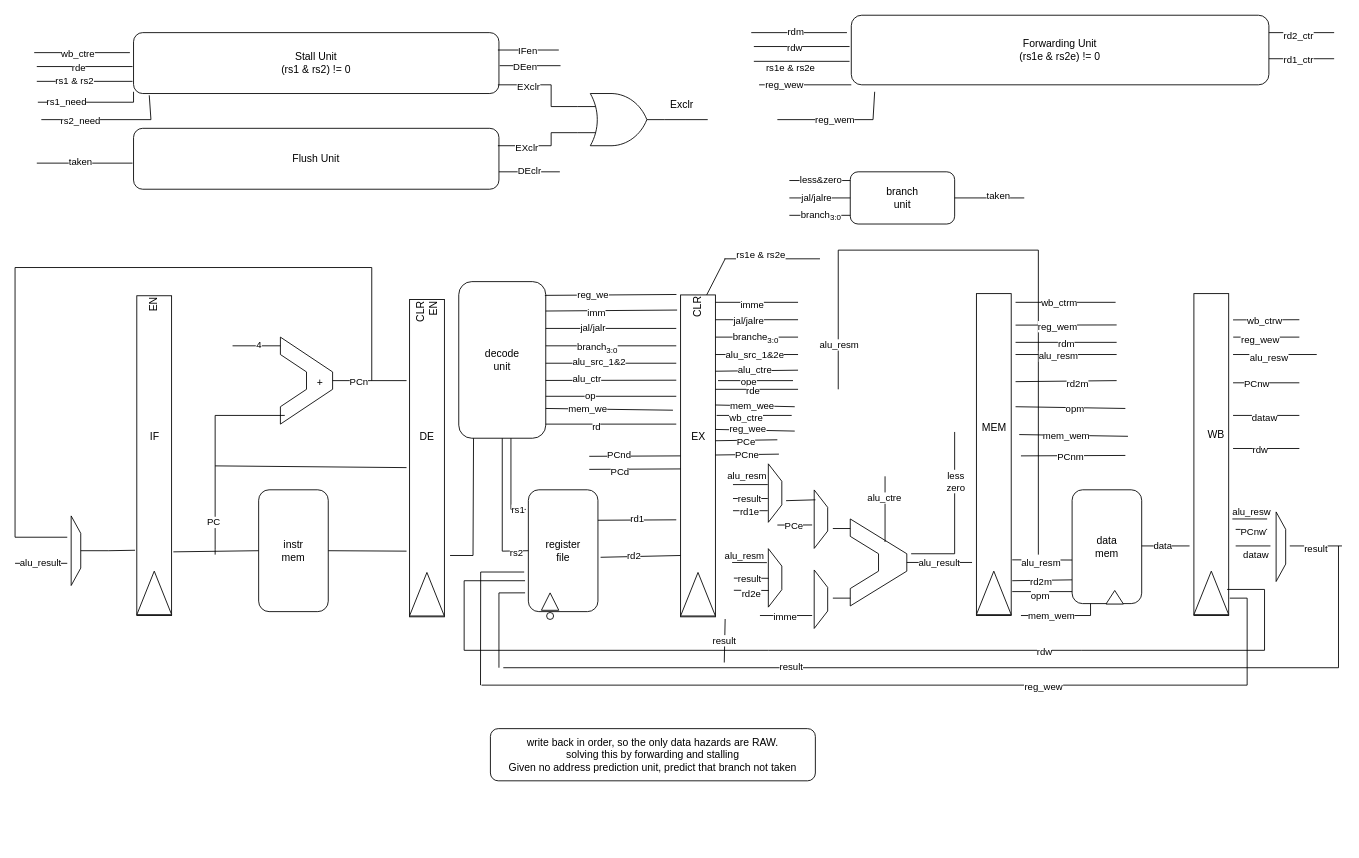
kanosukii/rvcore_5stages keeps this draw.io diagram as Schematic.drawio. Above is the earlier version. Source tidied: cells renumbered, new cells numbered last; positions are measured from the earlier drawing's top-left corner, leaving out a move shared by most shapes. Both pictures are drawn from the tidied source at 87%, with x=0, y=0 at pixel (-6, 15).
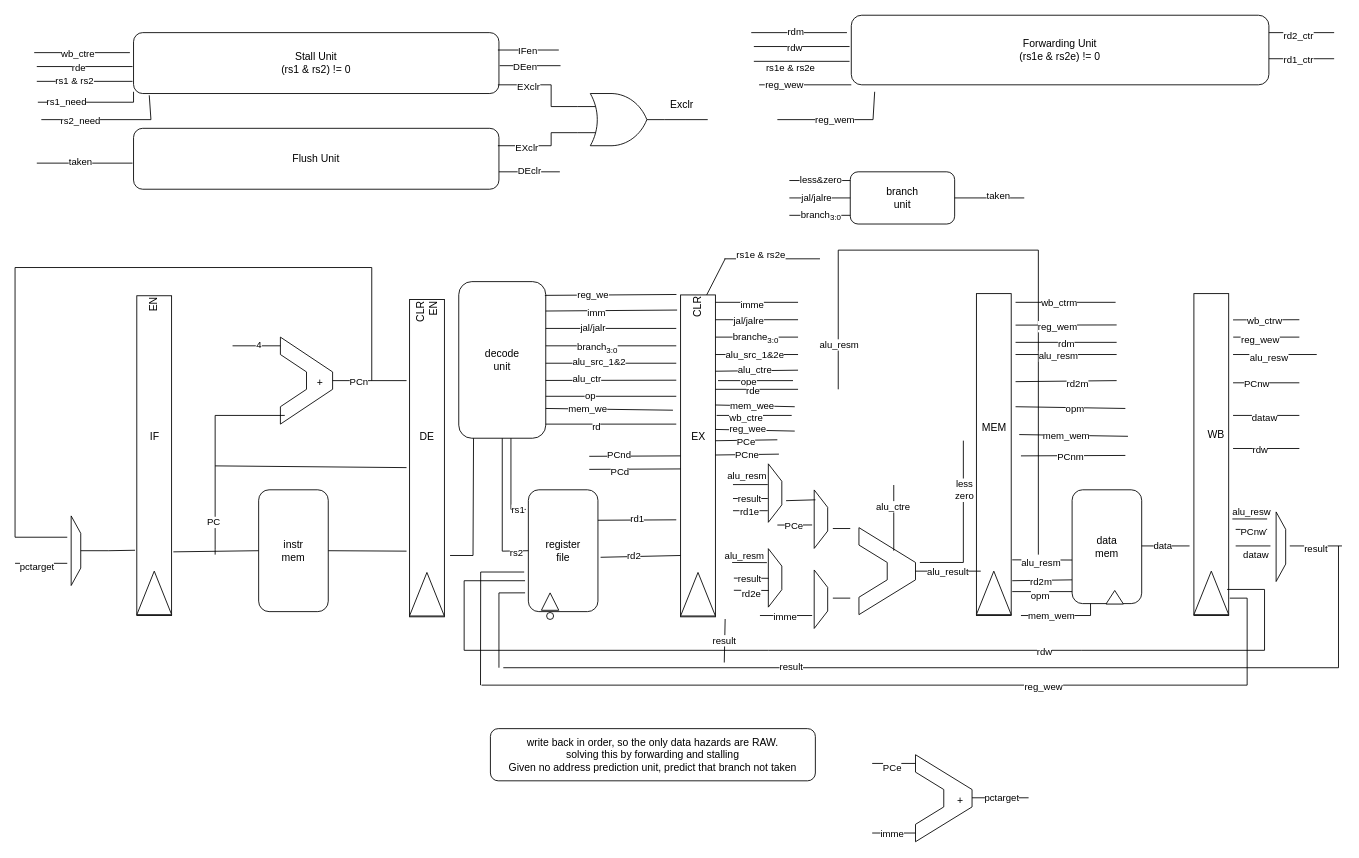
After the change.

The change refers to these unchanged cells:
```xml
<mxCell id="48" style="endArrow=none;html=1;rounded=0;" parent="1" edge="1">
  <mxGeometry relative="1" as="geometry">
    <mxPoint x="23.8" y="630" as="sourcePoint" />
    <mxPoint x="83.8" y="630" as="targetPoint" />
  </mxGeometry>
</mxCell>
```

Diff of the diagram source:
```diff
@@
     <mxCell id="30" style="group;" parent="1" vertex="1">
-      <mxGeometry x="983.8" y="579" width="65" height="100" as="geometry" />
+      <mxGeometry x="1058.8" y="850" width="65" height="100" as="geometry" />
     </mxCell>
@@
-    <mxCell id="35" style="endArrow=none;html=1;rounded=0;" parent="30" edge="1">
-      <mxGeometry relative="1" as="geometry">
-        <mxPoint x="65" y="50" as="sourcePoint" />
-        <mxPoint x="140" y="50" as="targetPoint" />
-      </mxGeometry>
-    </mxCell>
-    <mxCell id="36" value="alu_result" style="edgeLabel;html=1;align=center;verticalAlign=middle;" parent="35" vertex="1">
-      <mxGeometry x="-0.44" relative="1" as="geometry">
-        <mxPoint x="16" as="offset" />
-      </mxGeometry>
-    </mxCell>
-    <mxCell id="37" style="endArrow=none;html=1;rounded=0;" parent="30" edge="1">
-      <mxGeometry relative="1" as="geometry">
-        <mxPoint x="70" y="40" as="sourcePoint" />
-        <mxPoint x="120" y="-100" as="targetPoint" />
-        <Array as="points">
-          <mxPoint x="120" y="40" />
-        </Array>
-      </mxGeometry>
-    </mxCell>
-    <mxCell id="38" value="less&lt;div&gt;zero&lt;/div&gt;" style="edgeLabel;html=1;align=center;verticalAlign=middle;" parent="37" vertex="1">
-      <mxGeometry x="0.41" y="-1" relative="1" as="geometry" />
-    </mxCell>
-    <mxCell id="39" style="endArrow=none;html=1;rounded=0;" parent="30" edge="1">
-      <mxGeometry relative="1" as="geometry">
-        <mxPoint x="40" y="26.5" as="sourcePoint" />
-        <mxPoint x="40" y="-49" as="targetPoint" />
-      </mxGeometry>
-    </mxCell>
-    <mxCell id="40" value="alu_ctre" style="edgeLabel;html=1;align=center;verticalAlign=middle;" parent="39" vertex="1">
-      <mxGeometry x="0.34" y="1" relative="1" as="geometry" />
-    </mxCell>
@@
-    <mxCell id="49" value="alu_result" style="edgeLabel;html=1;align=center;verticalAlign=middle;" parent="48" vertex="1">
-      <mxGeometry x="-0.03" y="1" relative="1" as="geometry" />
-    </mxCell>
+    <mxCell id="249" value="pctarget" style="edgeLabel;html=1;align=center;verticalAlign=middle;" parent="48" vertex="1">
+      <mxGeometry x="-0.16" y="-3" relative="1" as="geometry" />
+    </mxCell>
@@
+    <mxCell id="250" style="group;" parent="1" vertex="1">
+      <mxGeometry x="993.8" y="589" width="65" height="100" as="geometry" />
+    </mxCell>
+    <mxCell id="251" style="endArrow=none;html=1;rounded=0;" parent="250" edge="1">
+      <mxGeometry relative="1" as="geometry">
+        <mxPoint x="32.5" y="40" as="sourcePoint" />
+        <mxPoint x="65" y="40" as="targetPoint" />
+        <Array as="points">
+          <mxPoint y="20" />
+          <mxPoint />
+        </Array>
+      </mxGeometry>
+    </mxCell>
+    <mxCell id="252" style="endArrow=none;html=1;rounded=0;" parent="250" edge="1">
+      <mxGeometry relative="1" as="geometry">
+        <mxPoint x="32.5" y="60" as="sourcePoint" />
+        <mxPoint x="65" y="60" as="targetPoint" />
+        <Array as="points">
+          <mxPoint y="80" />
+          <mxPoint y="100" />
+        </Array>
+      </mxGeometry>
+    </mxCell>
+    <mxCell id="253" style="endArrow=none;html=1;rounded=0;" parent="250" edge="1">
+      <mxGeometry relative="1" as="geometry">
+        <mxPoint x="65" y="60" as="sourcePoint" />
+        <mxPoint x="65" y="40" as="targetPoint" />
+      </mxGeometry>
+    </mxCell>
+    <mxCell id="254" style="endArrow=none;html=1;rounded=0;" parent="250" edge="1">
+      <mxGeometry relative="1" as="geometry">
+        <mxPoint x="32.5" y="60" as="sourcePoint" />
+        <mxPoint x="32.5" y="40" as="targetPoint" />
+      </mxGeometry>
+    </mxCell>
+    <mxCell id="255" style="endArrow=none;html=1;rounded=0;" parent="250" edge="1">
+      <mxGeometry relative="1" as="geometry">
+        <mxPoint x="65" y="50" as="sourcePoint" />
+        <mxPoint x="140" y="50" as="targetPoint" />
+      </mxGeometry>
+    </mxCell>
+    <mxCell id="256" value="alu_result" style="edgeLabel;html=1;align=center;verticalAlign=middle;" parent="255" vertex="1">
+      <mxGeometry x="-0.44" relative="1" as="geometry">
+        <mxPoint x="16" as="offset" />
+      </mxGeometry>
+    </mxCell>
+    <mxCell id="257" style="endArrow=none;html=1;rounded=0;" parent="250" edge="1">
+      <mxGeometry relative="1" as="geometry">
+        <mxPoint x="70" y="40" as="sourcePoint" />
+        <mxPoint x="120" y="-100" as="targetPoint" />
+        <Array as="points">
+          <mxPoint x="120" y="40" />
+        </Array>
+      </mxGeometry>
+    </mxCell>
+    <mxCell id="38" value="less&lt;div&gt;zero&lt;/div&gt;" style="edgeLabel;html=1;align=center;verticalAlign=middle;" parent="257" vertex="1">
+      <mxGeometry x="0.41" y="-1" relative="1" as="geometry" />
+    </mxCell>
+    <mxCell id="258" style="endArrow=none;html=1;rounded=0;" parent="250" edge="1">
+      <mxGeometry relative="1" as="geometry">
+        <mxPoint x="40" y="26.5" as="sourcePoint" />
+        <mxPoint x="40" y="-49" as="targetPoint" />
+      </mxGeometry>
+    </mxCell>
+    <mxCell id="40" value="alu_ctre" style="edgeLabel;html=1;align=center;verticalAlign=middle;" parent="258" vertex="1">
+      <mxGeometry x="0.34" y="1" relative="1" as="geometry" />
+    </mxCell>
+    <mxCell id="259" style="endArrow=none;html=1;rounded=0;" parent="1" edge="1">
+      <mxGeometry relative="1" as="geometry">
+        <mxPoint x="1009" y="860" as="sourcePoint" />
+        <mxPoint x="1058.8" y="860" as="targetPoint" />
+      </mxGeometry>
+    </mxCell>
+    <mxCell id="260" value="PCe" style="edgeLabel;html=1;align=center;verticalAlign=middle;" parent="259" vertex="1">
+      <mxGeometry x="-0.12" y="-4" relative="1" as="geometry" />
+    </mxCell>
+    <mxCell id="261" style="endArrow=none;html=1;rounded=0;" parent="1" edge="1">
+      <mxGeometry relative="1" as="geometry">
+        <mxPoint x="1009" y="940" as="sourcePoint" />
+        <mxPoint x="1058.8" y="940" as="targetPoint" />
+      </mxGeometry>
+    </mxCell>
+    <mxCell id="262" value="imme" style="edgeLabel;html=1;align=center;verticalAlign=middle;" parent="261" vertex="1">
+      <mxGeometry x="-0.12" relative="1" as="geometry" />
+    </mxCell>
+    <mxCell id="263" style="endArrow=none;html=1;rounded=0;" parent="1" edge="1">
+      <mxGeometry relative="1" as="geometry">
+        <mxPoint x="1123.8" y="899.5" as="sourcePoint" />
+        <mxPoint x="1188.8" y="899.5" as="targetPoint" />
+      </mxGeometry>
+    </mxCell>
+    <mxCell id="264" value="pctarget" style="edgeLabel;html=1;align=center;verticalAlign=middle;" parent="263" vertex="1">
+      <mxGeometry x="0.05" y="1" relative="1" as="geometry">
+        <mxPoint y="1" as="offset" />
+      </mxGeometry>
+    </mxCell>
+    <mxCell id="265" value="+" style="text;html=1;align=center;verticalAlign=middle;strokeColor=none;fillColor=none;" parent="1" vertex="1">
+      <mxGeometry x="1095" y="888" width="30" height="30" as="geometry" />
+    </mxCell>
```
